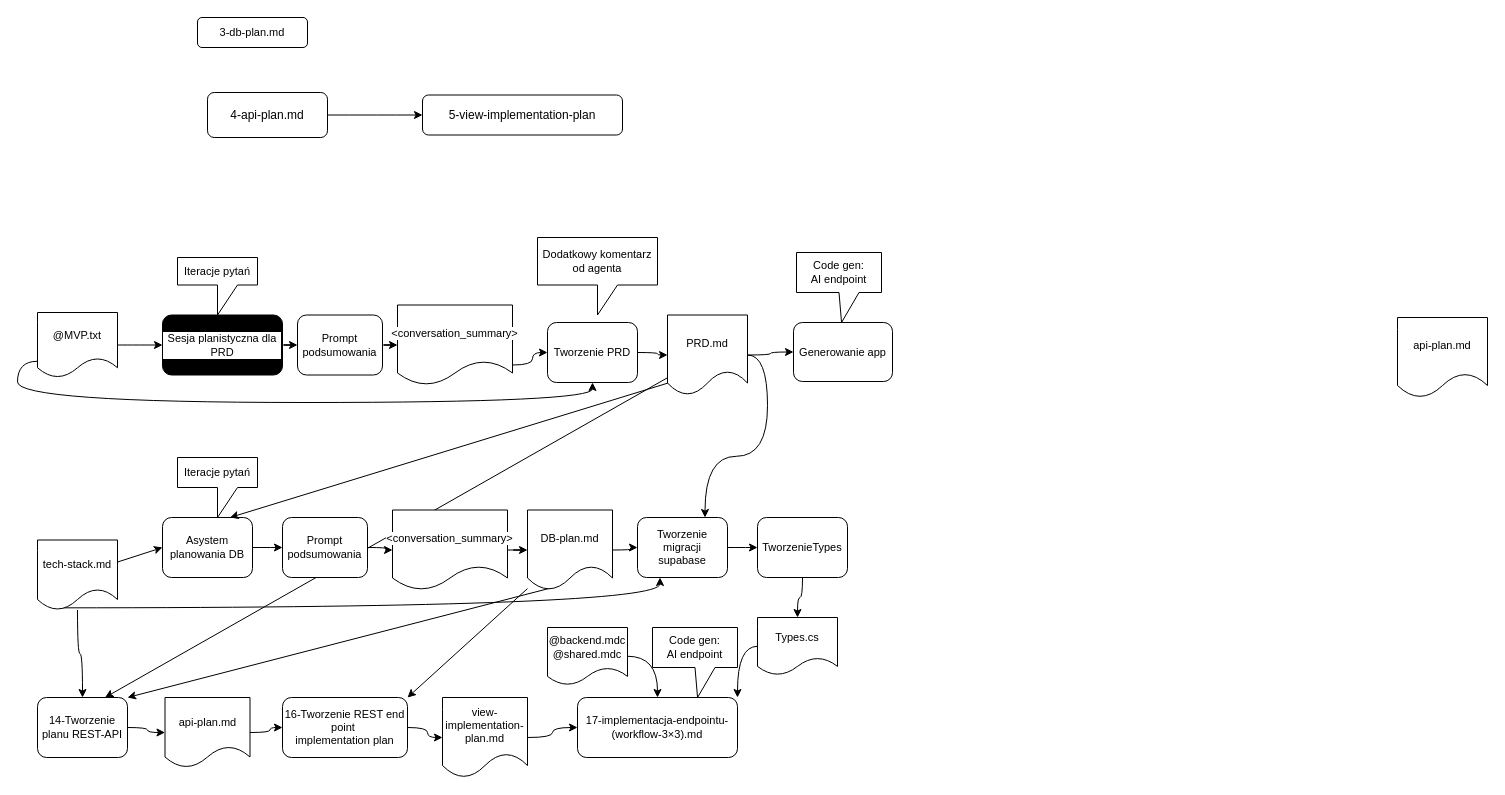
The draw.io diagram .other/BraveCreateFlow.drawio in Trockey/KrisBraveApp, before the edit. Source tidied: cells renumbered, new cells numbered last; positions are measured from the earlier drawing's top-left corner, leaving out a move shared by most shapes. Both pictures are drawn from the tidied source at 100%, with x=0, y=0 at pixel (37, 17).
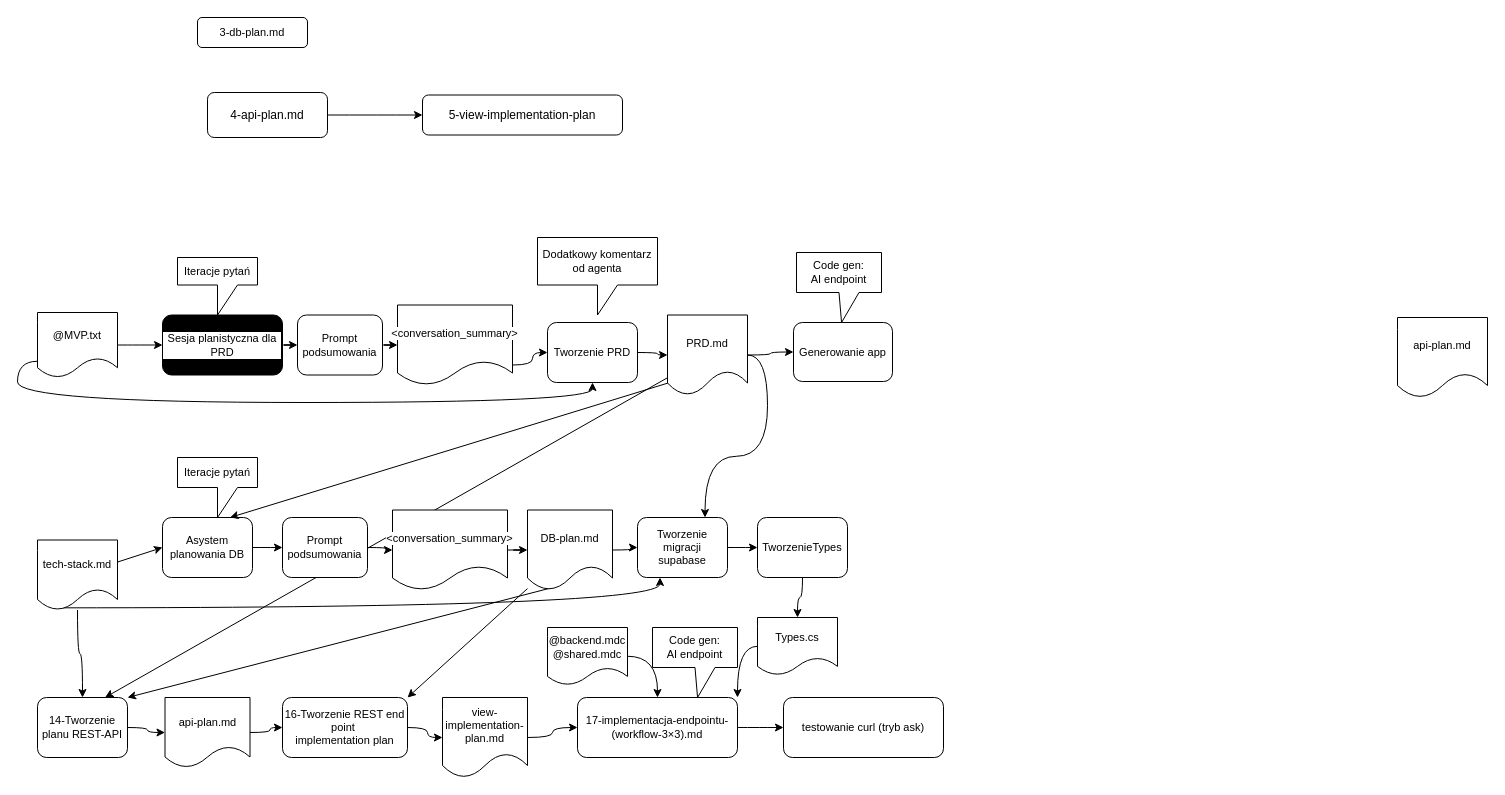
The same diagram, later.

Commit message:
Enhance BraveCreateFlow.drawio by adding new connections and nodes for 'testowanie curl (tryb ask)' and 'view-implementation-plan.md', improving the flow representation.

The change refers to these unchanged cells:
```xml
<mxCell id="50" value="17-implementacja-endpointu-(workflow-3×3).md" style="rounded=1;whiteSpace=wrap;html=1;fontFamily=Helvetica;fontSize=11;fontColor=default;labelBackgroundColor=default;fillColor=light-dark(#FFFFFF,#007FFF);" parent="1" vertex="1">
  <mxGeometry x="540" y="680" width="160" height="60" as="geometry" />
</mxCell>
```

Change to the diagram source:
```diff
@@
+    <mxCell id="60" style="edgeStyle=orthogonalEdgeStyle;shape=connector;curved=1;rounded=0;jettySize=auto;html=1;strokeColor=default;align=center;verticalAlign=middle;fontFamily=Helvetica;fontSize=11;fontColor=default;labelBackgroundColor=default;endArrow=classic;" parent="1" edge="1" source="50" target="61">
+      <mxGeometry relative="1" as="geometry" />
+    </mxCell>
@@
+    <mxCell id="61" value="testowanie curl (tryb ask)" style="rounded=1;whiteSpace=wrap;html=1;fontFamily=Helvetica;fontSize=11;fontColor=default;labelBackgroundColor=default;fillColor=light-dark(#FFFFFF,#007FFF);" parent="1" vertex="1">
+      <mxGeometry x="746" y="680" width="160" height="60" as="geometry" />
+    </mxCell>
```
